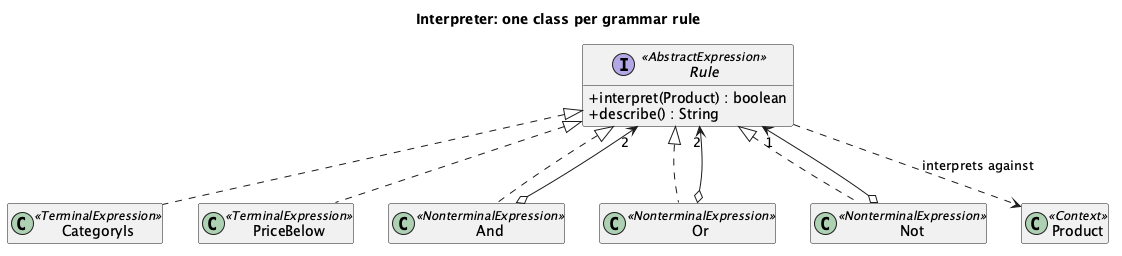
This is src/main/java/dev/kaldiroglu/dp/behavioral/visitor/interpreter/uml/Visitor - Interpreter Rules - Class Diagram.png from kaldiroglu/DesignPatternsWithJava, a PlantUML export, as it was before one commit. Its diagram source:
```plantuml
@startuml "Visitor - Interpreter Rules - Class Diagram"
skinparam classAttributeIconSize 0
hide empty members
title Interpreter: one class per grammar rule
interface Rule <<AbstractExpression>> {
  + interpret(Product) : boolean
  + describe() : String
}
class CategoryIs <<TerminalExpression>>
class PriceBelow <<TerminalExpression>>
class And <<NonterminalExpression>>
class Or <<NonterminalExpression>>
class Not <<NonterminalExpression>>
class Product <<Context>>
Rule <|.. CategoryIs
Rule <|.. PriceBelow
Rule <|.. And
Rule <|.. Or
Rule <|.. Not
And o--> "2" Rule
Or o--> "2" Rule
Not o--> "1" Rule
Rule ..> Product : interprets against
@enduml
```
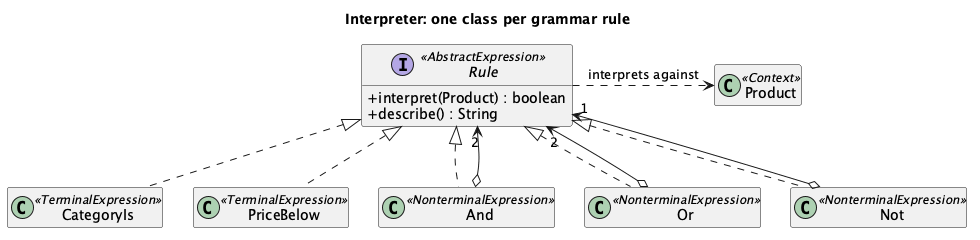
Later version of the same file.

Change to the diagram source:
```diff
@@ -1,4 +1,6 @@
-@startuml "Visitor - Interpreter Rules - Class Diagram"
+@startuml
+skinparam linetype polyline
+skinparam nodesep 30
 skinparam classAttributeIconSize 0
 hide empty members
 title Interpreter: one class per grammar rule
@@ -17,8 +19,8 @@
 Rule <|.. And
 Rule <|.. Or
 Rule <|.. Not
-And o--> "2" Rule
-Or o--> "2" Rule
-Not o--> "1" Rule
-Rule ..> Product : interprets against
+And o-[norank]-> "2" Rule
+Or o-[norank]-> "2" Rule
+Not o-[norank]-> "1" Rule
+Rule .[norank].> Product : interprets against
 @enduml
```
